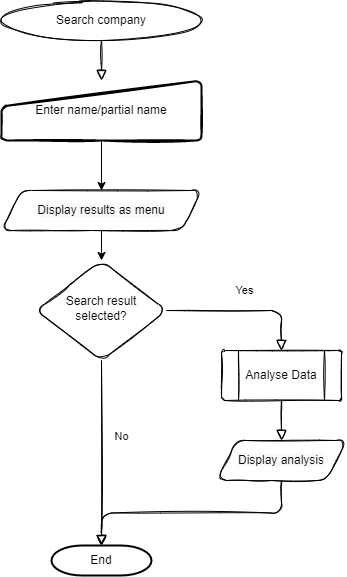
The draw.io diagram design/img/analastock-search-company.drawio.png in ibuttimer/analastock, before a commit. Source tidied: cells renumbered, new cells last; positions are measured from the earlier drawing's top-left corner, leaving out a move shared by most shapes.
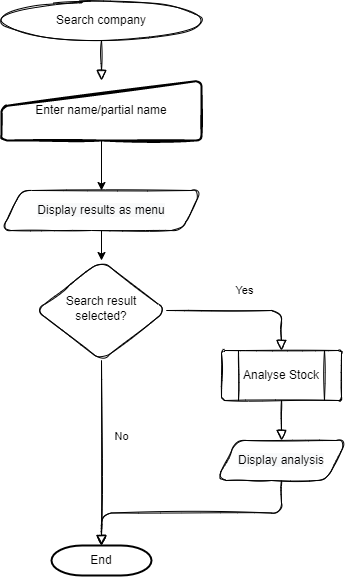
The same diagram one commit later.

The edit, as a diff of the source:
```diff
@@ -42,7 +42,7 @@
     <mxCell id="13" style="edgeStyle=orthogonalEdgeStyle;rounded=1;sketch=1;jettySize=auto;html=1;endArrow=block;endFill=0;endSize=8;" parent="1" edge="1" source="14" target="12">
       <mxGeometry relative="1" as="geometry" />
     </mxCell>
-    <mxCell id="14" value="Analyse Data" style="verticalLabelPosition=middle;verticalAlign=middle;html=1;shape=process;whiteSpace=wrap;rounded=1;size=0.14;arcSize=6;sketch=1;labelPosition=center;align=center;" parent="1" vertex="1">
+    <mxCell id="14" value="Analyse Stock" style="verticalLabelPosition=middle;verticalAlign=middle;html=1;shape=process;whiteSpace=wrap;rounded=1;size=0.14;arcSize=6;sketch=1;labelPosition=center;align=center;" parent="1" vertex="1">
       <mxGeometry x="220" y="350" width="120" height="50" as="geometry" />
     </mxCell>
     <mxCell id="15" value="End" style="strokeWidth=2;html=1;shape=mxgraph.flowchart.terminator;whiteSpace=wrap;" parent="1" vertex="1">
```
